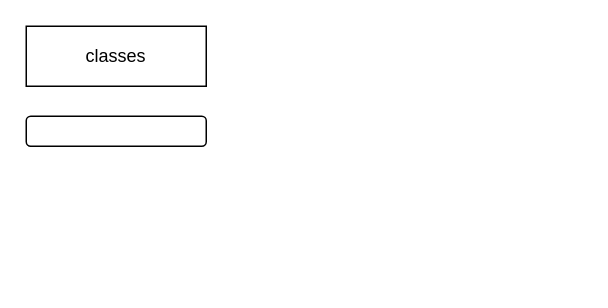
The draw.io diagram .drawio in NjugunaKelvin/pong-the-Archade, before the edit. Source tidied: cells renumbered, new cells numbered last; positions are measured from the earlier drawing's top-left corner, leaving out a move shared by most shapes. Both pictures are drawn from the tidied source at 150%, with x=0, y=0 at pixel (26, 26).
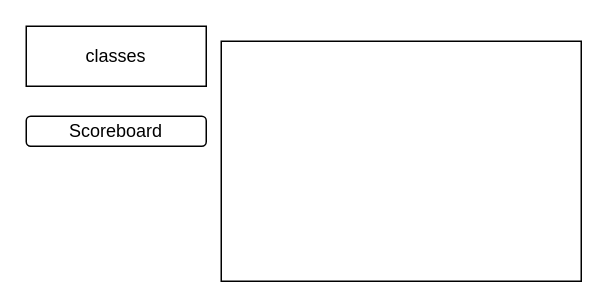
The same diagram, later.

What changed in the source:
```diff
@@
 <mxGraphModel>
   <root>
     <mxCell id="0" />
     <mxCell id="1" parent="0" />
     <mxCell id="2" value="classes" style="rounded=0;whiteSpace=wrap;html=1;" parent="1" vertex="1">
       <mxGeometry width="120" height="40" as="geometry" />
     </mxCell>
-    <mxCell id="3" style="rounded=1;whiteSpace=wrap;html=1;" parent="1" vertex="1">
+    <mxCell id="3" value="Scoreboard" style="rounded=1;whiteSpace=wrap;html=1;" parent="1" vertex="1">
       <mxGeometry y="60" width="120" height="20" as="geometry" />
     </mxCell>
+    <mxCell id="4" style="rounded=0;whiteSpace=wrap;html=1;" parent="1" vertex="1">
+      <mxGeometry x="130" y="10" width="240" height="160" as="geometry" />
+    </mxCell>
   </root>
 </mxGraphModel>
```
